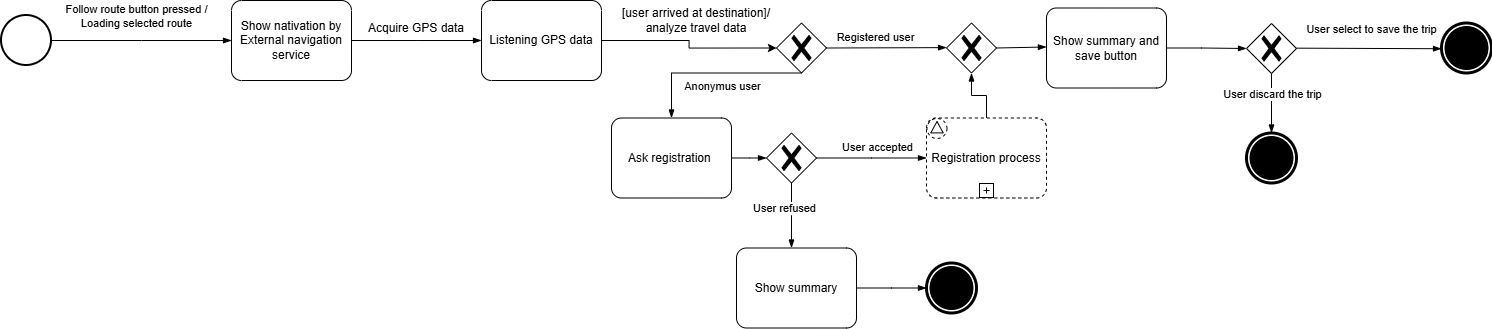
This is RASD/LaTeXCode/images/StateDiagrams/Navigation.drawio.png from jacopobellosi/Bellosi-Montanelli-Tempobono, a draw.io export, as it was before one commit. Source tidied: cells renumbered, new cells last; positions are measured from the earlier drawing's top-left corner, leaving out a move shared by most shapes.
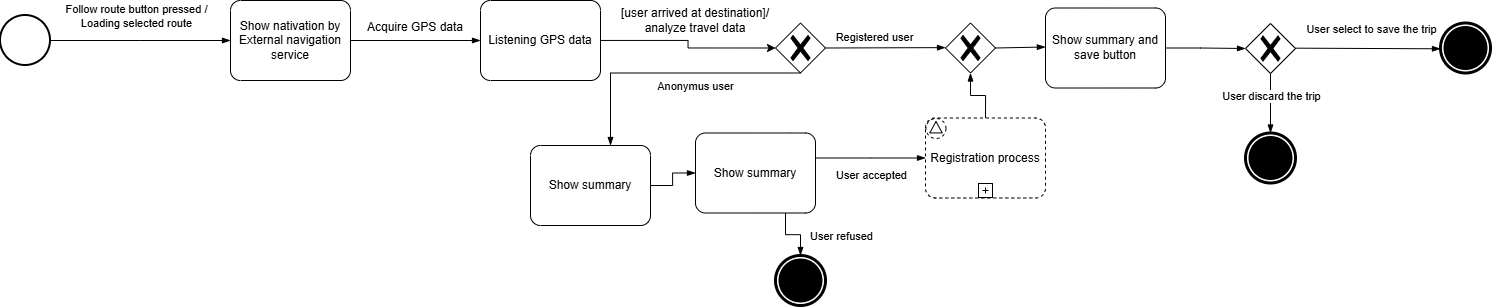
After the change.

Change to the diagram source:
```diff
@@ -62,10 +62,10 @@
     <mxCell id="16" style="points=[[0.145,0.145,0],[0.5,0,0],[0.855,0.145,0],[1,0.5,0],[0.855,0.855,0],[0.5,1,0],[0.145,0.855,0],[0,0.5,0]];shape=mxgraph.bpmn.event;html=1;verticalLabelPosition=bottom;labelBackgroundColor=#ffffff;verticalAlign=top;align=center;perimeter=ellipsePerimeter;outlineConnect=0;outline=end;symbol=terminate;" parent="1" vertex="1">
       <mxGeometry x="1245" y="132.5" width="50" height="50" as="geometry" />
     </mxCell>
-    <mxCell id="17" style="edgeStyle=elbowEdgeStyle;fontSize=12;html=1;endArrow=blockThin;endFill=1;rounded=0;exitX=0.5;exitY=1;exitDx=0;exitDy=0;exitPerimeter=0;entryX=0.5;entryY=0;entryDx=0;entryDy=0;entryPerimeter=0;" parent="1" edge="1" source="7" target="19">
+    <mxCell id="17" style="edgeStyle=elbowEdgeStyle;fontSize=12;html=1;endArrow=blockThin;endFill=1;rounded=0;exitX=0.5;exitY=1;exitDx=0;exitDy=0;exitPerimeter=0;" parent="1" edge="1" source="7" target="19">
       <mxGeometry relative="1" as="geometry">
         <Array as="points">
-          <mxPoint x="670" y="105" />
+          <mxPoint x="610" y="105" />
         </Array>
       </mxGeometry>
     </mxCell>
@@ -74,33 +74,20 @@
         <mxPoint x="-30" y="13" as="offset" />
       </mxGeometry>
     </mxCell>
-    <mxCell id="19" value="Ask registration&amp;nbsp;" style="points=[[0.25,0,0],[0.5,0,0],[0.75,0,0],[1,0.25,0],[1,0.5,0],[1,0.75,0],[0.75,1,0],[0.5,1,0],[0.25,1,0],[0,0.75,0],[0,0.5,0],[0,0.25,0]];shape=mxgraph.bpmn.task2;whiteSpace=wrap;rectStyle=rounded;size=10;html=1;taskMarker=abstract;" parent="1" vertex="1">
-      <mxGeometry x="610" y="117.5" width="120" height="80" as="geometry" />
+    <mxCell id="19" value="Show summary" style="points=[[0.25,0,0],[0.5,0,0],[0.75,0,0],[1,0.25,0],[1,0.5,0],[1,0.75,0],[0.75,1,0],[0.5,1,0],[0.25,1,0],[0,0.75,0],[0,0.5,0],[0,0.25,0]];shape=mxgraph.bpmn.task2;whiteSpace=wrap;rectStyle=rounded;size=10;html=1;taskMarker=abstract;" parent="1" vertex="1">
+      <mxGeometry x="530" y="145" width="120" height="80" as="geometry" />
     </mxCell>
     <mxCell id="20" style="points=[[0.25,0.25,0],[0.5,0,0],[0.75,0.25,0],[1,0.5,0],[0.75,0.75,0],[0.5,1,0],[0.25,0.75,0],[0,0.5,0]];shape=mxgraph.bpmn.gateway2;html=1;verticalLabelPosition=bottom;labelBackgroundColor=#ffffff;verticalAlign=top;align=center;perimeter=rhombusPerimeter;outlineConnect=0;outline=none;symbol=none;gwType=exclusive;" parent="1" vertex="1">
       <mxGeometry x="765" y="132.5" width="50" height="50" as="geometry" />
     </mxCell>
-    <mxCell id="21" style="edgeStyle=elbowEdgeStyle;fontSize=12;html=1;endArrow=blockThin;endFill=1;rounded=0;exitX=1;exitY=0.5;exitDx=0;exitDy=0;exitPerimeter=0;entryX=0;entryY=0.5;entryDx=0;entryDy=0;entryPerimeter=0;" parent="1" edge="1" source="19" target="20">
+    <mxCell id="21" style="edgeStyle=elbowEdgeStyle;fontSize=12;html=1;endArrow=blockThin;endFill=1;rounded=0;exitX=1;exitY=0.5;exitDx=0;exitDy=0;exitPerimeter=0;entryX=0;entryY=0.5;entryDx=0;entryDy=0;entryPerimeter=0;" parent="1" edge="1" source="25" target="20">
       <mxGeometry relative="1" as="geometry" />
     </mxCell>
-    <mxCell id="22" style="edgeStyle=elbowEdgeStyle;fontSize=12;html=1;endArrow=blockThin;endFill=1;rounded=0;exitX=0.5;exitY=1;exitDx=0;exitDy=0;exitPerimeter=0;entryX=0.5;entryY=0;entryDx=0;entryDy=0;entryPerimeter=0;elbow=vertical;" parent="1" edge="1" source="20">
-      <mxGeometry relative="1" as="geometry">
-        <mxPoint x="790" y="247.5" as="targetPoint" />
-      </mxGeometry>
-    </mxCell>
-    <mxCell id="23" value="User accepted" style="edgeLabel;html=1;align=center;verticalAlign=middle;" parent="22" vertex="1">
-      <mxGeometry x="-0.3" y="2" relative="1" as="geometry">
-        <mxPoint x="83" y="-58" as="offset" />
-      </mxGeometry>
-    </mxCell>
     <mxCell id="24" style="edgeStyle=elbowEdgeStyle;fontSize=12;html=1;endArrow=blockThin;endFill=1;rounded=0;exitX=1;exitY=0.5;exitDx=0;exitDy=0;exitPerimeter=0;entryX=0;entryY=0.5;entryDx=0;entryDy=0;entryPerimeter=0;" parent="1" edge="1" source="29">
       <mxGeometry relative="1" as="geometry">
         <mxPoint x="955" y="157.5" as="targetPoint" />
       </mxGeometry>
     </mxCell>
-    <mxCell id="25" value="Show summary" style="points=[[0.25,0,0],[0.5,0,0],[0.75,0,0],[1,0.25,0],[1,0.5,0],[1,0.75,0],[0.75,1,0],[0.5,1,0],[0.25,1,0],[0,0.75,0],[0,0.5,0],[0,0.25,0]];shape=mxgraph.bpmn.task2;whiteSpace=wrap;rectStyle=rounded;size=10;html=1;taskMarker=abstract;" parent="1" vertex="1">
-      <mxGeometry x="735" y="247.5" width="120" height="80" as="geometry" />
-    </mxCell>
     <mxCell id="26" style="points=[[0.25,0.25,0],[0.5,0,0],[0.75,0.25,0],[1,0.5,0],[0.75,0.75,0],[0.5,1,0],[0.25,0.75,0],[0,0.5,0]];shape=mxgraph.bpmn.gateway2;html=1;verticalLabelPosition=bottom;labelBackgroundColor=#ffffff;verticalAlign=top;align=center;perimeter=rhombusPerimeter;outlineConnect=0;outline=none;symbol=none;gwType=exclusive;" parent="1" vertex="1">
       <mxGeometry x="945" y="22.5" width="50" height="50" as="geometry" />
     </mxCell>
@@ -109,7 +96,7 @@
     </mxCell>
     <mxCell id="28" value="User refused" style="edgeLabel;html=1;align=center;verticalAlign=middle;" parent="27" vertex="1">
       <mxGeometry x="-0.52" y="-2" relative="1" as="geometry">
-        <mxPoint x="-59" y="48" as="offset" />
+        <mxPoint x="-2" y="76" as="offset" />
       </mxGeometry>
     </mxCell>
     <mxCell id="29" value="Registration process" style="points=[[0.25,0,0],[0.5,0,0],[0.75,0,0],[1,0.25,0],[1,0.5,0],[1,0.75,0],[0.75,1,0],[0.5,1,0],[0.25,1,0],[0,0.75,0],[0,0.5,0],[0,0.25,0]];shape=mxgraph.bpmn.task2;whiteSpace=wrap;rectStyle=rounded;size=10;html=1;taskMarker=abstract;bpmnShapeType=subprocess;isLoopSub=1;outline=eventNonint;symbol=signal;" parent="1" vertex="1">
@@ -118,12 +105,6 @@
     <mxCell id="30" style="edgeStyle=orthogonalEdgeStyle;fontSize=12;html=1;endArrow=blockThin;endFill=1;rounded=0;entryX=0.5;entryY=1;entryDx=0;entryDy=0;entryPerimeter=0;exitX=0.5;exitY=0;exitDx=0;exitDy=0;exitPerimeter=0;" parent="1" edge="1" source="29" target="26">
       <mxGeometry relative="1" as="geometry" />
     </mxCell>
-    <mxCell id="31" style="points=[[0.145,0.145,0],[0.5,0,0],[0.855,0.145,0],[1,0.5,0],[0.855,0.855,0],[0.5,1,0],[0.145,0.855,0],[0,0.5,0]];shape=mxgraph.bpmn.event;html=1;verticalLabelPosition=bottom;labelBackgroundColor=#ffffff;verticalAlign=top;align=center;perimeter=ellipsePerimeter;outlineConnect=0;outline=end;symbol=terminate;" parent="1" vertex="1">
-      <mxGeometry x="925" y="262.5" width="50" height="50" as="geometry" />
-    </mxCell>
-    <mxCell id="32" style="edgeStyle=elbowEdgeStyle;fontSize=12;html=1;endArrow=blockThin;endFill=1;rounded=0;exitX=1;exitY=0.5;exitDx=0;exitDy=0;exitPerimeter=0;entryX=0;entryY=0.5;entryDx=0;entryDy=0;entryPerimeter=0;" parent="1" edge="1" source="25" target="31">
-      <mxGeometry relative="1" as="geometry" />
-    </mxCell>
     <mxCell id="33" style="edgeStyle=elbowEdgeStyle;fontSize=12;html=1;endArrow=blockThin;endFill=1;rounded=0;exitX=1;exitY=0.5;exitDx=0;exitDy=0;exitPerimeter=0;entryX=0;entryY=0.5;entryDx=0;entryDy=0;entryPerimeter=0;" parent="1" edge="1" source="5" target="6">
       <mxGeometry relative="1" as="geometry" />
     </mxCell>
@@ -150,5 +131,22 @@
     <mxCell id="39" value="Show summary and save button" style="points=[[0.25,0,0],[0.5,0,0],[0.75,0,0],[1,0.25,0],[1,0.5,0],[1,0.75,0],[0.75,1,0],[0.5,1,0],[0.25,1,0],[0,0.75,0],[0,0.5,0],[0,0.25,0]];shape=mxgraph.bpmn.task2;whiteSpace=wrap;rectStyle=rounded;size=10;html=1;taskMarker=abstract;" parent="1" vertex="1">
       <mxGeometry x="1045" y="7.5" width="120" height="80" as="geometry" />
     </mxCell>
+    <mxCell id="40" style="edgeStyle=elbowEdgeStyle;fontSize=12;html=1;endArrow=blockThin;endFill=1;rounded=0;exitX=1;exitY=0.5;exitDx=0;exitDy=0;exitPerimeter=0;entryX=0;entryY=0.5;entryDx=0;entryDy=0;entryPerimeter=0;" parent="1" edge="1" source="19" target="25">
+      <mxGeometry relative="1" as="geometry" />
+    </mxCell>
+    <mxCell id="25" value="Show summary" style="points=[[0.25,0,0],[0.5,0,0],[0.75,0,0],[1,0.25,0],[1,0.5,0],[1,0.75,0],[0.75,1,0],[0.5,1,0],[0.25,1,0],[0,0.75,0],[0,0.5,0],[0,0.25,0]];shape=mxgraph.bpmn.task2;whiteSpace=wrap;rectStyle=rounded;size=10;html=1;taskMarker=abstract;" parent="1" vertex="1">
+      <mxGeometry x="695" y="132.5" width="120" height="80" as="geometry" />
+    </mxCell>
+    <mxCell id="32" style="edgeStyle=elbowEdgeStyle;fontSize=12;html=1;endArrow=blockThin;endFill=1;rounded=0;exitX=0.75;exitY=1;exitDx=0;exitDy=0;exitPerimeter=0;entryX=0.5;entryY=0;entryDx=0;entryDy=0;entryPerimeter=0;elbow=vertical;" parent="1" edge="1" source="25" target="31">
+      <mxGeometry relative="1" as="geometry" />
+    </mxCell>
+    <mxCell id="23" value="User accepted" style="edgeLabel;html=1;align=center;verticalAlign=middle;" parent="32" vertex="1">
+      <mxGeometry x="-0.3" y="2" relative="1" as="geometry">
+        <mxPoint x="83" y="-58" as="offset" />
+      </mxGeometry>
+    </mxCell>
+    <mxCell id="31" style="points=[[0.145,0.145,0],[0.5,0,0],[0.855,0.145,0],[1,0.5,0],[0.855,0.855,0],[0.5,1,0],[0.145,0.855,0],[0,0.5,0]];shape=mxgraph.bpmn.event;html=1;verticalLabelPosition=bottom;labelBackgroundColor=#ffffff;verticalAlign=top;align=center;perimeter=ellipsePerimeter;outlineConnect=0;outline=end;symbol=terminate;" parent="1" vertex="1">
+      <mxGeometry x="775" y="255" width="50" height="50" as="geometry" />
+    </mxCell>
   </root>
 </mxGraphModel>
```
